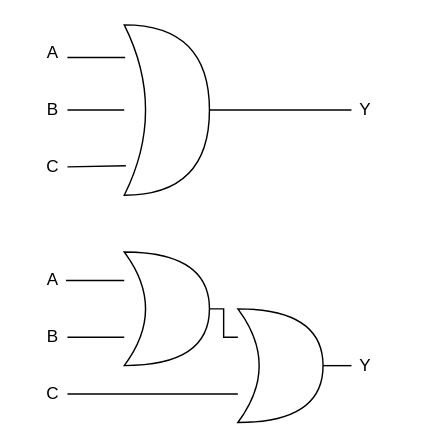
cd-public/hw_asm keeps this draw.io diagram as drawio/21_3or.drawio. Above is the earlier version. Source tidied: cells renumbered, new cells numbered last; positions are measured from the earlier drawing's top-left corner, leaving out a move shared by most shapes. Both pictures are drawn from the tidied source at 142%, with x=0, y=0 at pixel (24, 24).
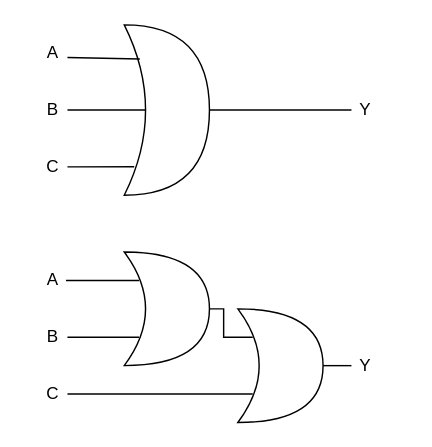
Above is the later version.

Unchanged cells that the change refers to:
```xml
<mxCell id="2" style="shape=xor;whiteSpace=wrap;html=1;shapeInside=1;" parent="1" vertex="1">
  <mxGeometry x="70" width="60" height="120" as="geometry" />
</mxCell>
<mxCell id="7" style="shape=xor;whiteSpace=wrap;html=1;shapeInside=1;" parent="1" vertex="1">
  <mxGeometry x="150" y="200" width="60" height="80" as="geometry" />
</mxCell>
<mxCell id="8" style="shape=xor;whiteSpace=wrap;html=1;shapeInside=1;" parent="1" vertex="1">
  <mxGeometry x="70" y="160" width="60" height="80" as="geometry" />
</mxCell>
```

Diff of the diagram source:
```diff
@@
-    <mxCell id="3" style="endArrow=none;html=1;rounded=0;defaultLabelBackgroundColor=page;entryX=0.011;entryY=0.192;entryDx=0;entryDy=0;entryPerimeter=0;" parent="1" edge="1" target="2">
+    <mxCell id="3" style="endArrow=none;html=1;rounded=0;defaultLabelBackgroundColor=page;entryX=0.183;entryY=0.2;entryDx=0;entryDy=0;entryPerimeter=0;" parent="1" edge="1" target="2">
       <mxGeometry relative="1" as="geometry">
         <mxPoint x="30" y="23" as="sourcePoint" />
       </mxGeometry>
     </mxCell>
-    <mxCell id="4" style="endArrow=none;html=1;rounded=0;defaultLabelBackgroundColor=page;exitX=0.019;exitY=0.827;exitDx=0;exitDy=0;exitPerimeter=0;" parent="1" edge="1" source="2">
+    <mxCell id="4" style="endArrow=none;html=1;rounded=0;defaultLabelBackgroundColor=page;exitX=0.117;exitY=0.833;exitDx=0;exitDy=0;exitPerimeter=0;" parent="1" edge="1" source="2">
       <mxGeometry relative="1" as="geometry">
         <mxPoint x="30" y="100" as="targetPoint" />
       </mxGeometry>
     </mxCell>
-    <mxCell id="5" style="endArrow=none;html=1;rounded=0;defaultLabelBackgroundColor=page;exitX=0;exitY=0.5;exitDx=0;exitDy=0;exitPerimeter=0;" parent="1" edge="1" source="2">
+    <mxCell id="5" style="endArrow=none;html=1;rounded=0;defaultLabelBackgroundColor=page;exitX=0.25;exitY=0.5;exitDx=0;exitDy=0;exitPerimeter=0;" parent="1" edge="1" source="2">
       <mxGeometry relative="1" as="geometry">
         <mxPoint x="30" y="60" as="targetPoint" />
       </mxGeometry>
     </mxCell>
@@
-    <mxCell id="9" style="endArrow=none;html=1;rounded=0;defaultLabelBackgroundColor=page;exitX=0;exitY=0.75;exitDx=0;exitDy=0;exitPerimeter=0;" parent="1" edge="1" source="7">
+    <mxCell id="9" style="endArrow=none;html=1;rounded=0;defaultLabelBackgroundColor=page;exitX=0.175;exitY=0.75;exitDx=0;exitDy=0;exitPerimeter=0;" parent="1" edge="1" source="7">
       <mxGeometry relative="1" as="geometry">
         <mxPoint x="30" y="260" as="targetPoint" />
       </mxGeometry>
     </mxCell>
-    <mxCell id="10" style="endArrow=none;html=1;rounded=0;defaultLabelBackgroundColor=page;entryX=0.011;entryY=0.192;entryDx=0;entryDy=0;entryPerimeter=0;" parent="1" edge="1">
+    <mxCell id="10" style="endArrow=none;html=1;rounded=0;defaultLabelBackgroundColor=page;entryX=0.175;entryY=0.25;entryDx=0;entryDy=0;entryPerimeter=0;" parent="1" edge="1" target="8">
       <mxGeometry relative="1" as="geometry">
         <mxPoint x="29" y="180" as="sourcePoint" />
-        <mxPoint x="70" y="180" as="targetPoint" />
       </mxGeometry>
     </mxCell>
-    <mxCell id="11" style="endArrow=none;html=1;rounded=0;defaultLabelBackgroundColor=page;exitX=0;exitY=0.5;exitDx=0;exitDy=0;exitPerimeter=0;" parent="1" edge="1">
+    <mxCell id="11" style="endArrow=none;html=1;rounded=0;defaultLabelBackgroundColor=page;exitX=0.175;exitY=0.75;exitDx=0;exitDy=0;exitPerimeter=0;" parent="1" edge="1" source="8">
       <mxGeometry relative="1" as="geometry">
-        <mxPoint x="70" y="220" as="sourcePoint" />
         <mxPoint x="30" y="220" as="targetPoint" />
       </mxGeometry>
     </mxCell>
-    <mxCell id="12" style="endArrow=none;html=1;rounded=0;defaultLabelBackgroundColor=page;exitX=1;exitY=0.5;exitDx=0;exitDy=0;exitPerimeter=0;edgeStyle=orthogonalEdgeStyle;" parent="1" edge="1" source="8" target="7">
-      <mxGeometry x="0.5" relative="1" as="geometry">
+    <mxCell id="12" style="endArrow=none;html=1;rounded=0;defaultLabelBackgroundColor=page;exitX=1;exitY=0.5;exitDx=0;exitDy=0;exitPerimeter=0;edgeStyle=orthogonalEdgeStyle;entryX=0.175;entryY=0.25;entryDx=0;entryDy=0;entryPerimeter=0;" parent="1" edge="1" source="8" target="7">
+      <mxGeometry x="0.19" relative="1" as="geometry">
         <Array as="points">
           <mxPoint x="140" y="200" />
           <mxPoint x="140" y="220" />
         </Array>
       </mxGeometry>
     </mxCell>
```
